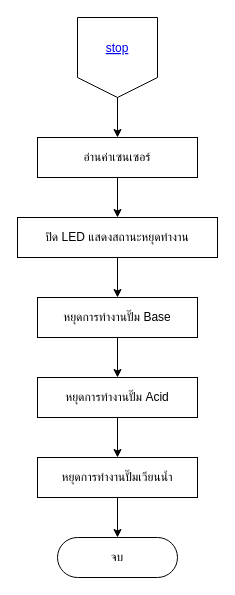
Above: page "stop worker" (4 of 6) of flowcharts/hardware.drawio in thestampr/pHConditioner (draw.io), before the change. Source tidied: cells renumbered, new cells numbered last; positions are measured from the earlier drawing's top-left corner, leaving out a move shared by most shapes. Both pictures are drawn from the tidied source at 100%, with x=0, y=0 at pixel (17, 17).
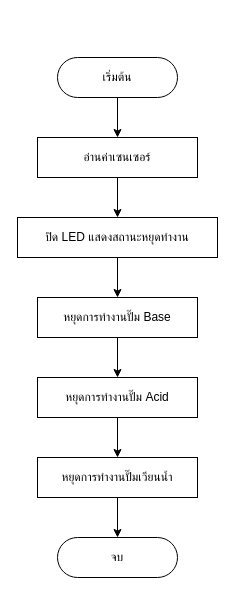
Above is the later version.

What changed in the source:
```diff
@@
-    <mxCell id="12" style="group;rounded=0;labelBackgroundColor=none;comic=0;strokeColor=none;fontColor=#000000;fillColor=none;" parent="1" vertex="1">
-      <mxGeometry x="60" width="80" height="80" as="geometry" />
-    </mxCell>
-    <mxCell id="13" style="edgeStyle=none;orthogonalLoop=1;jettySize=auto;html=1;strokeColor=#000000;fontColor=#000000;endArrow=none;endFill=0;" parent="12" edge="1">
-      <mxGeometry relative="1" as="geometry">
-        <mxPoint as="sourcePoint" />
-        <mxPoint x="80" as="targetPoint" />
-      </mxGeometry>
-    </mxCell>
-    <mxCell id="14" style="edgeStyle=none;orthogonalLoop=1;jettySize=auto;html=1;strokeColor=#000000;fontColor=#000000;endArrow=none;endFill=0;" parent="12" edge="1">
-      <mxGeometry relative="1" as="geometry">
-        <mxPoint x="80" as="sourcePoint" />
-        <mxPoint x="80" y="60" as="targetPoint" />
-      </mxGeometry>
-    </mxCell>
-    <mxCell id="15" style="edgeStyle=none;orthogonalLoop=1;jettySize=auto;html=1;strokeColor=#000000;fontColor=#000000;endArrow=none;endFill=0;" parent="12" edge="1">
-      <mxGeometry relative="1" as="geometry">
-        <mxPoint as="sourcePoint" />
-        <mxPoint y="60" as="targetPoint" />
-      </mxGeometry>
-    </mxCell>
-    <mxCell id="16" style="edgeStyle=none;orthogonalLoop=1;jettySize=auto;html=1;strokeColor=#000000;fontColor=#000000;endArrow=none;endFill=0;" parent="12" edge="1">
-      <mxGeometry relative="1" as="geometry">
-        <mxPoint y="60" as="sourcePoint" />
-        <mxPoint x="40" y="80" as="targetPoint" />
-      </mxGeometry>
-    </mxCell>
-    <mxCell id="17" style="edgeStyle=none;orthogonalLoop=1;jettySize=auto;html=1;strokeColor=#000000;fontColor=#000000;endArrow=none;endFill=0;" parent="12" edge="1">
-      <mxGeometry relative="1" as="geometry">
-        <mxPoint x="80" y="60" as="sourcePoint" />
-        <mxPoint x="40" y="80" as="targetPoint" />
-      </mxGeometry>
-    </mxCell>
-    <mxCell id="18" value="stop" style="fontColor=#0000EE;fontStyle=4;rounded=1;overflow=hidden;spacing=10;labelBackgroundColor=none;comic=0;strokeColor=none;fillColor=none;" parent="12" vertex="1">
-      <mxGeometry x="5" y="10" width="70" height="40" as="geometry" />
-    </mxCell>
@@
+    <mxCell id="21" value="เริ่มต้น" style="rounded=1;whiteSpace=wrap;html=1;fontSize=12;glass=0;strokeWidth=1;shadow=0;arcSize=50;fillColor=none;strokeColor=#000000;fontColor=#000000;" parent="1" vertex="1">
+      <mxGeometry x="40" y="40" width="120" height="40" as="geometry" />
+    </mxCell>
```
